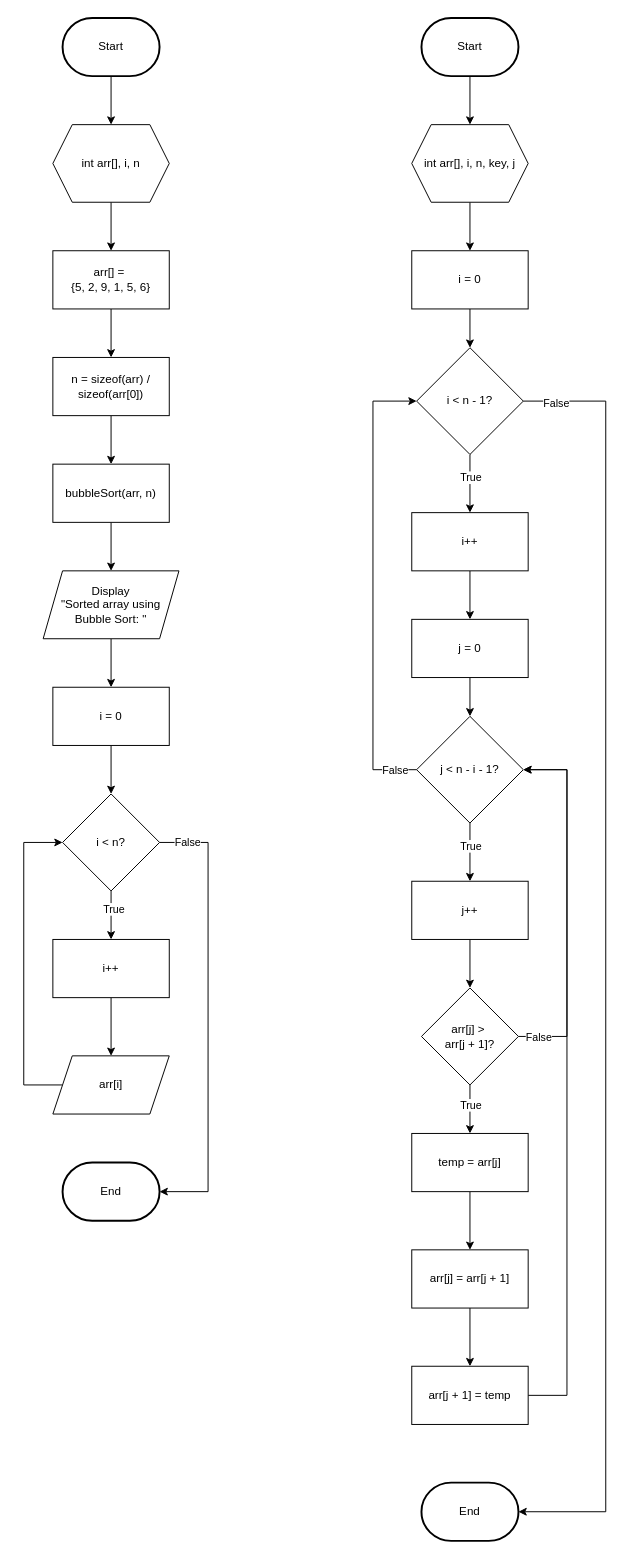
This is page "Bubble Sort" (2 of 5) of Penda Modul 3.drawio from elikawicaksana/BuildIT_BasisData, a draw.io file, before an edit. Source tidied: cells renumbered, new cells numbered last; positions are measured from the earlier drawing's top-left corner, leaving out a move shared by most shapes. Both pictures are drawn from the tidied source at 97%, with x=0, y=0 at pixel (23, 17).
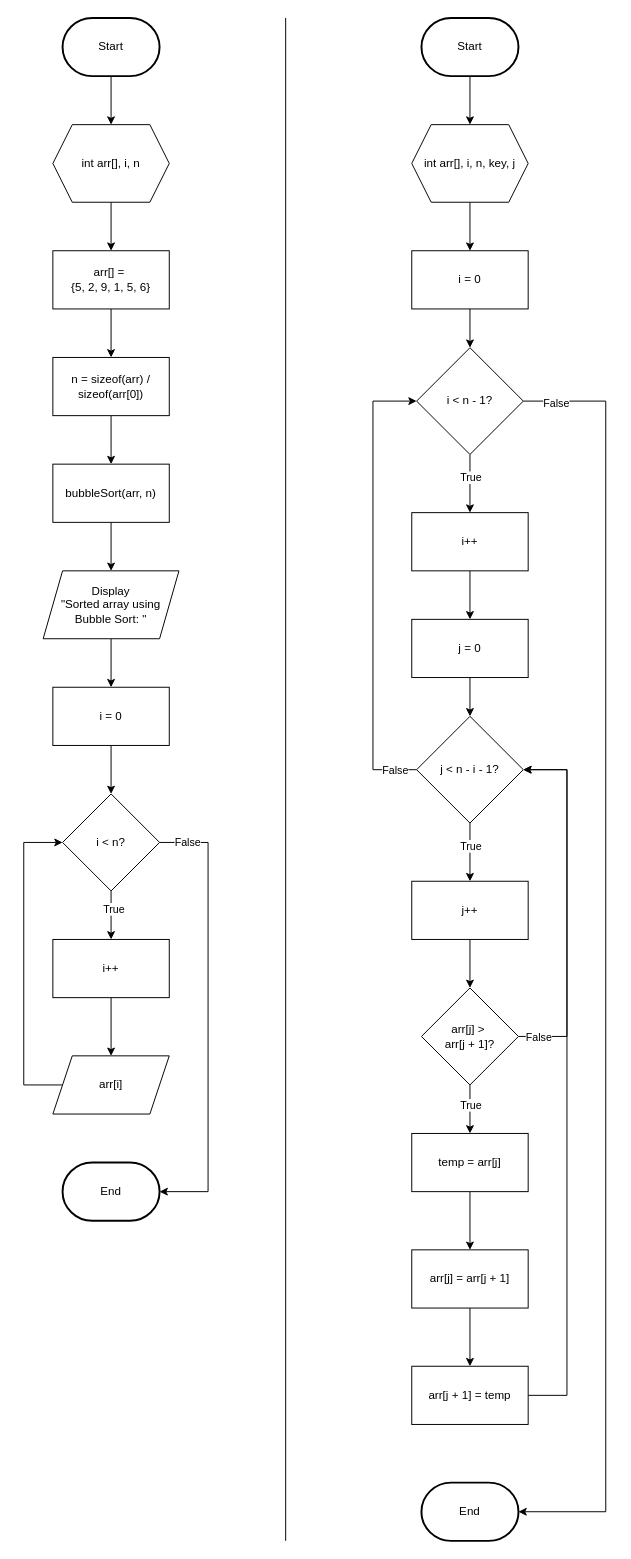
The same page after the edit.

What changed in the source:
```diff
@@
+    <mxCell id="60" style="endArrow=none;html=1;rounded=0;" parent="1" edge="1">
+      <mxGeometry relative="1" as="geometry">
+        <mxPoint x="270" y="1570" as="sourcePoint" />
+        <mxPoint x="270" as="targetPoint" />
+      </mxGeometry>
+    </mxCell>
```
